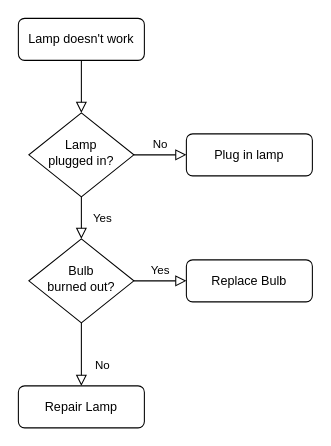
Before: flowchart.drawio in Restioktapiani06/TABUNGAN, a draw.io diagram. Source tidied: cells renumbered, new cells numbered last; positions are measured from the earlier drawing's top-left corner, leaving out a move shared by most shapes. Both pictures are drawn from the tidied source at 105%, with x=0, y=0 at pixel (18, 18).
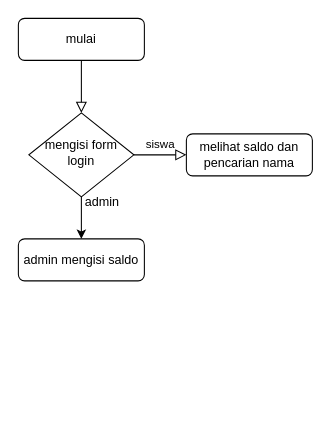
Above is the later version.

Diff of the diagram source:
```diff
@@
 <mxGraphModel>
   <root>
     <mxCell id="0" />
     <mxCell id="1" parent="0" />
     <mxCell id="2" style="rounded=0;html=1;jettySize=auto;fontSize=11;endArrow=block;endFill=0;endSize=8;strokeWidth=1;shadow=0;labelBackgroundColor=none;edgeStyle=orthogonalEdgeStyle;" parent="1" edge="1" source="3" target="6">
       <mxGeometry relative="1" as="geometry" />
     </mxCell>
-    <mxCell id="3" value="Lamp doesn't work" style="rounded=1;whiteSpace=wrap;html=1;fontSize=12;glass=0;strokeWidth=1;shadow=0;" parent="1" vertex="1">
+    <mxCell id="3" value="mulai" style="rounded=1;whiteSpace=wrap;html=1;fontSize=12;glass=0;strokeWidth=1;shadow=0;" parent="1" vertex="1">
       <mxGeometry width="120" height="40" as="geometry" />
     </mxCell>
-    <mxCell id="4" value="Yes" style="rounded=0;html=1;jettySize=auto;fontSize=11;endArrow=block;endFill=0;endSize=8;strokeWidth=1;shadow=0;labelBackgroundColor=none;edgeStyle=orthogonalEdgeStyle;" parent="1" edge="1" source="6" target="10">
-      <mxGeometry y="20" relative="1" as="geometry" />
-    </mxCell>
-    <mxCell id="5" value="No" style="edgeStyle=orthogonalEdgeStyle;rounded=0;html=1;jettySize=auto;fontSize=11;endArrow=block;endFill=0;endSize=8;strokeWidth=1;shadow=0;labelBackgroundColor=none;" parent="1" edge="1" source="6" target="7">
+    <mxCell id="5" value="siswa" style="edgeStyle=orthogonalEdgeStyle;rounded=0;html=1;jettySize=auto;fontSize=11;endArrow=block;endFill=0;endSize=8;strokeWidth=1;shadow=0;labelBackgroundColor=none;" parent="1" edge="1" source="6" target="7">
       <mxGeometry y="10" relative="1" as="geometry" />
     </mxCell>
-    <mxCell id="6" value="Lamp&lt;br&gt;plugged in?" style="rhombus;whiteSpace=wrap;html=1;shadow=0;fontFamily=Helvetica;fontSize=12;align=center;strokeWidth=1;spacing=6;spacingTop=-4;" parent="1" vertex="1">
+    <mxCell id="6" value="mengisi form login" style="rhombus;whiteSpace=wrap;html=1;shadow=0;fontFamily=Helvetica;fontSize=12;align=center;strokeWidth=1;spacing=6;spacingTop=-4;" parent="1" vertex="1">
       <mxGeometry x="10" y="90" width="100" height="80" as="geometry" />
     </mxCell>
-    <mxCell id="7" value="Plug in lamp" style="rounded=1;whiteSpace=wrap;html=1;fontSize=12;glass=0;strokeWidth=1;shadow=0;" parent="1" vertex="1">
+    <mxCell id="7" value="melihat saldo dan pencarian nama" style="rounded=1;whiteSpace=wrap;html=1;fontSize=12;glass=0;strokeWidth=1;shadow=0;" parent="1" vertex="1">
       <mxGeometry x="160" y="110" width="120" height="40" as="geometry" />
     </mxCell>
-    <mxCell id="8" value="No" style="rounded=0;html=1;jettySize=auto;fontSize=11;endArrow=block;endFill=0;endSize=8;strokeWidth=1;shadow=0;labelBackgroundColor=none;edgeStyle=orthogonalEdgeStyle;" parent="1" edge="1" source="10" target="11">
-      <mxGeometry x="0.33" y="20" relative="1" as="geometry" />
-    </mxCell>
-    <mxCell id="9" value="Yes" style="edgeStyle=orthogonalEdgeStyle;rounded=0;html=1;jettySize=auto;fontSize=11;endArrow=block;endFill=0;endSize=8;strokeWidth=1;shadow=0;labelBackgroundColor=none;" parent="1" edge="1" source="10" target="12">
-      <mxGeometry y="10" relative="1" as="geometry" />
-    </mxCell>
-    <mxCell id="10" value="Bulb&lt;br&gt;burned out?" style="rhombus;whiteSpace=wrap;html=1;shadow=0;fontFamily=Helvetica;fontSize=12;align=center;strokeWidth=1;spacing=6;spacingTop=-4;" parent="1" vertex="1">
-      <mxGeometry x="10" y="210" width="100" height="80" as="geometry" />
-    </mxCell>
-    <mxCell id="11" value="Repair Lamp" style="rounded=1;whiteSpace=wrap;html=1;fontSize=12;glass=0;strokeWidth=1;shadow=0;" parent="1" vertex="1">
-      <mxGeometry y="350" width="120" height="40" as="geometry" />
+    <mxCell id="11" value="admin mengisi saldo" style="rounded=1;whiteSpace=wrap;html=1;fontSize=12;glass=0;strokeWidth=1;shadow=0;" parent="1" vertex="1">
+      <mxGeometry y="210" width="120" height="40" as="geometry" />
     </mxCell>
-    <mxCell id="12" value="Replace Bulb" style="rounded=1;whiteSpace=wrap;html=1;fontSize=12;glass=0;strokeWidth=1;shadow=0;" parent="1" vertex="1">
-      <mxGeometry x="160" y="230" width="120" height="40" as="geometry" />
-    </mxCell>
+    <mxCell id="13" style="endArrow=classic;html=1;rounded=0;exitX=0.5;exitY=1;exitDx=0;exitDy=0;entryX=0.5;entryY=0;entryDx=0;entryDy=0;" parent="1" edge="1" source="6" target="11">
+      <mxGeometry relative="1" as="geometry" />
+    </mxCell>
+    <mxCell id="14" value="admin" style="text;html=1;align=center;verticalAlign=middle;whiteSpace=wrap;rounded=0;" parent="1" vertex="1">
+      <mxGeometry x="50" y="160" width="60" height="30" as="geometry" />
+    </mxCell>
   </root>
 </mxGraphModel>
```
